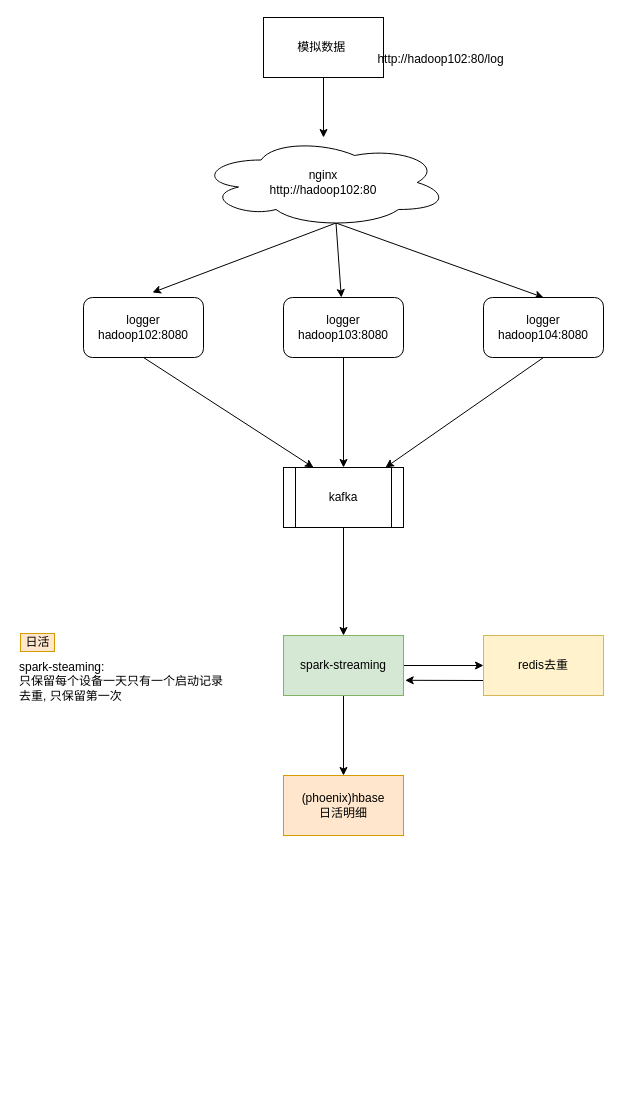
zhenchao125/gmall1015 keeps this draw.io diagram as page "第 1 页" (1 of 2) of 图示.drawio. Above is the earlier version. Source tidied: cells renumbered, new cells numbered last; positions are measured from the earlier drawing's top-left corner, leaving out a move shared by most shapes. Both pictures are drawn from the tidied source at 100%, with x=0, y=0 at pixel (17, 17).
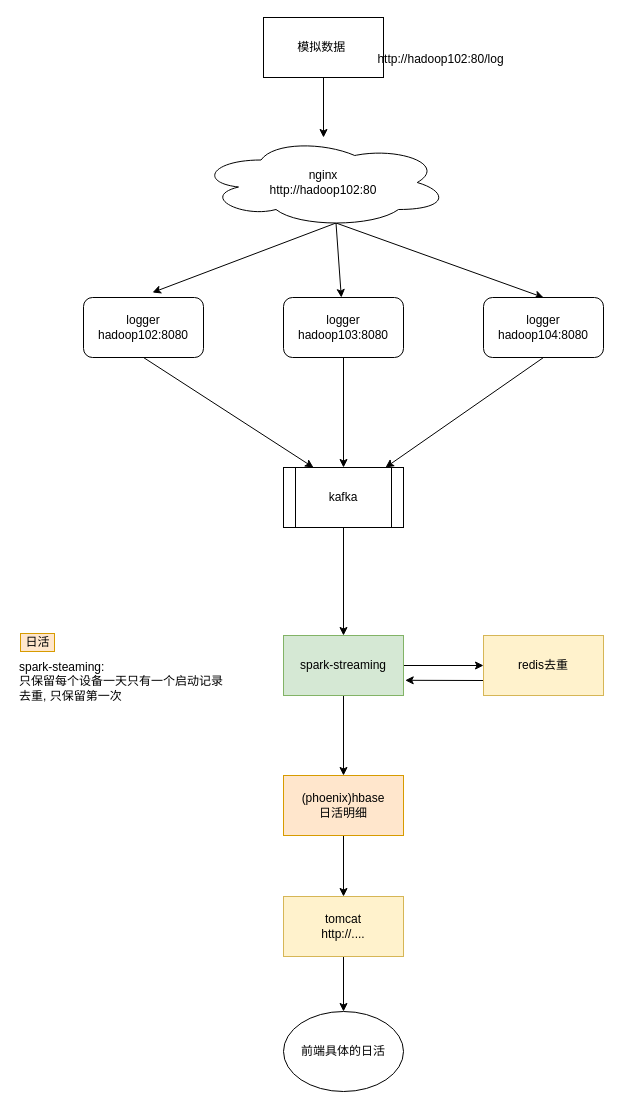
The same page after the edit.

The change refers to these unchanged cells:
```xml
<mxCell id="23" value="(phoenix)hbase&lt;br&gt;日活明细" style="rounded=0;whiteSpace=wrap;html=1;fillColor=#ffe6cc;strokeColor=#d79b00;" parent="1" vertex="1">
  <mxGeometry x="266" y="758" width="120" height="60" as="geometry" />
</mxCell>
```

Change to the diagram source:
```diff
@@
+    <mxCell id="25" style="edgeStyle=none;rounded=0;jettySize=auto;html=1;exitX=0.5;exitY=1;exitDx=0;exitDy=0;entryX=0.5;entryY=0;entryDx=0;entryDy=0;" parent="1" edge="1" source="23" target="27">
+      <mxGeometry relative="1" as="geometry" />
+    </mxCell>
@@
+    <mxCell id="26" style="edgeStyle=none;rounded=0;jettySize=auto;html=1;exitX=0.5;exitY=1;exitDx=0;exitDy=0;" parent="1" edge="1" source="27" target="28">
+      <mxGeometry relative="1" as="geometry" />
+    </mxCell>
+    <mxCell id="27" value="tomcat&lt;br&gt;http://...." style="rounded=0;whiteSpace=wrap;html=1;fillColor=#fff2cc;strokeColor=#d6b656;" parent="1" vertex="1">
+      <mxGeometry x="266" y="879" width="120" height="60" as="geometry" />
+    </mxCell>
+    <mxCell id="28" value="前端具体的日活" style="ellipse;whiteSpace=wrap;html=1;fillColor=none;" parent="1" vertex="1">
+      <mxGeometry x="266" y="994" width="120" height="80" as="geometry" />
+    </mxCell>
```
